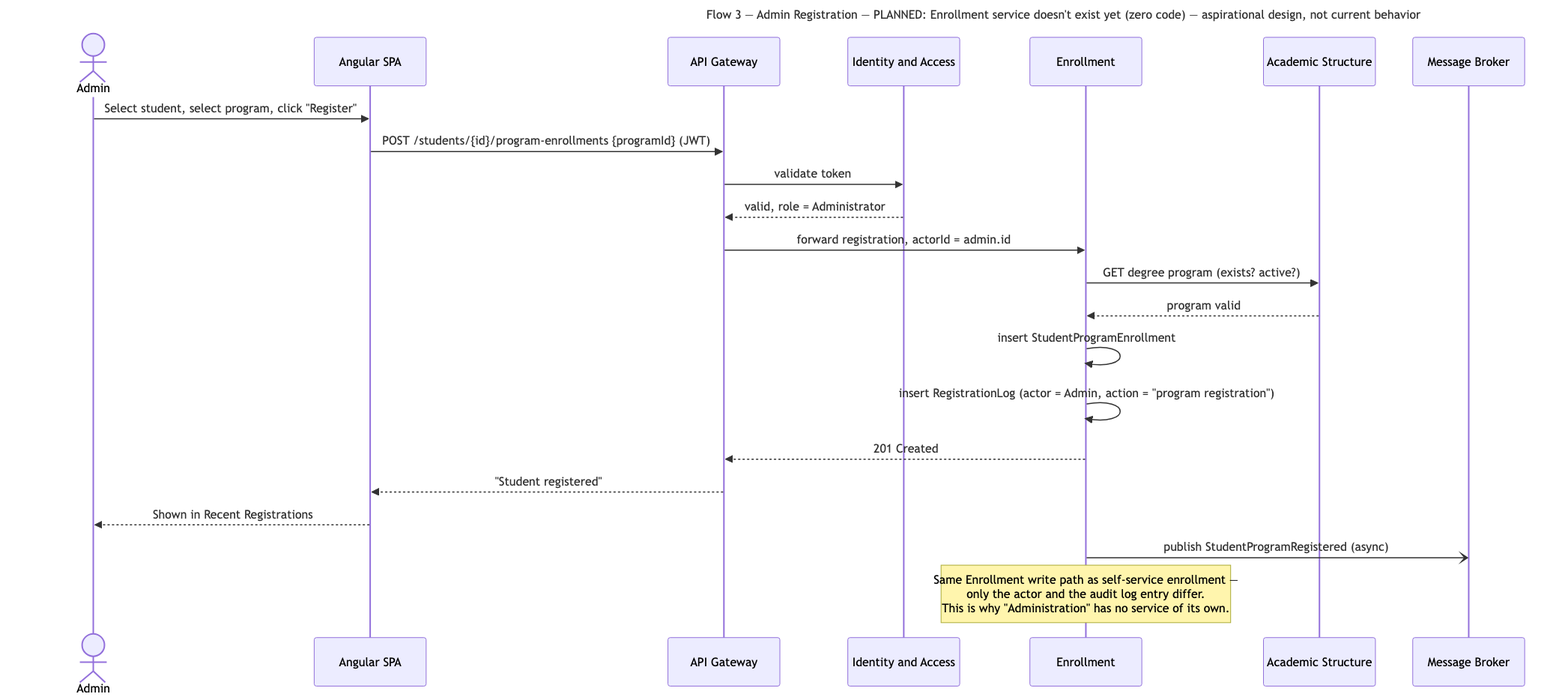
Before: docs/architecture/flow-03-admin-registration.png, a diagram exported from Mermaid (ESD-ONE/University-Course-Management-System). Its source is kept beside it as docs/architecture/flow-03-admin-registration.mmd.
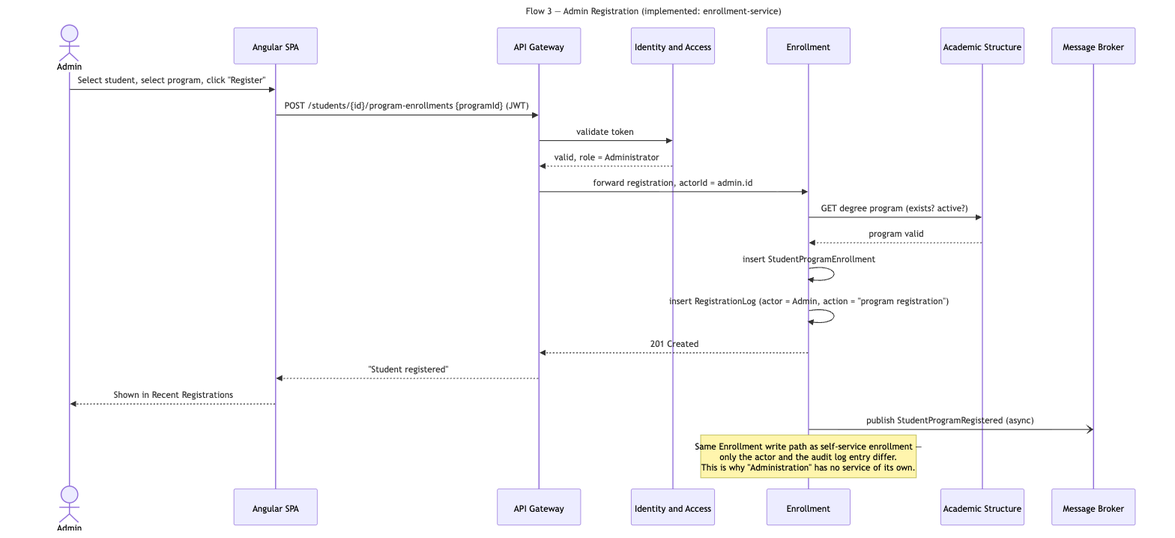
After the commit.

Diff of the diagram source:
```diff
@@ -1,5 +1,5 @@
 ---
-title: "Flow 3 — Admin Registration — PLANNED: Enrollment service doesn't exist yet (zero code) — aspirational design, not current behavior"
+title: "Flow 3 — Admin Registration (implemented: enrollment-service)"
 ---
 sequenceDiagram
     actor Admin
```
